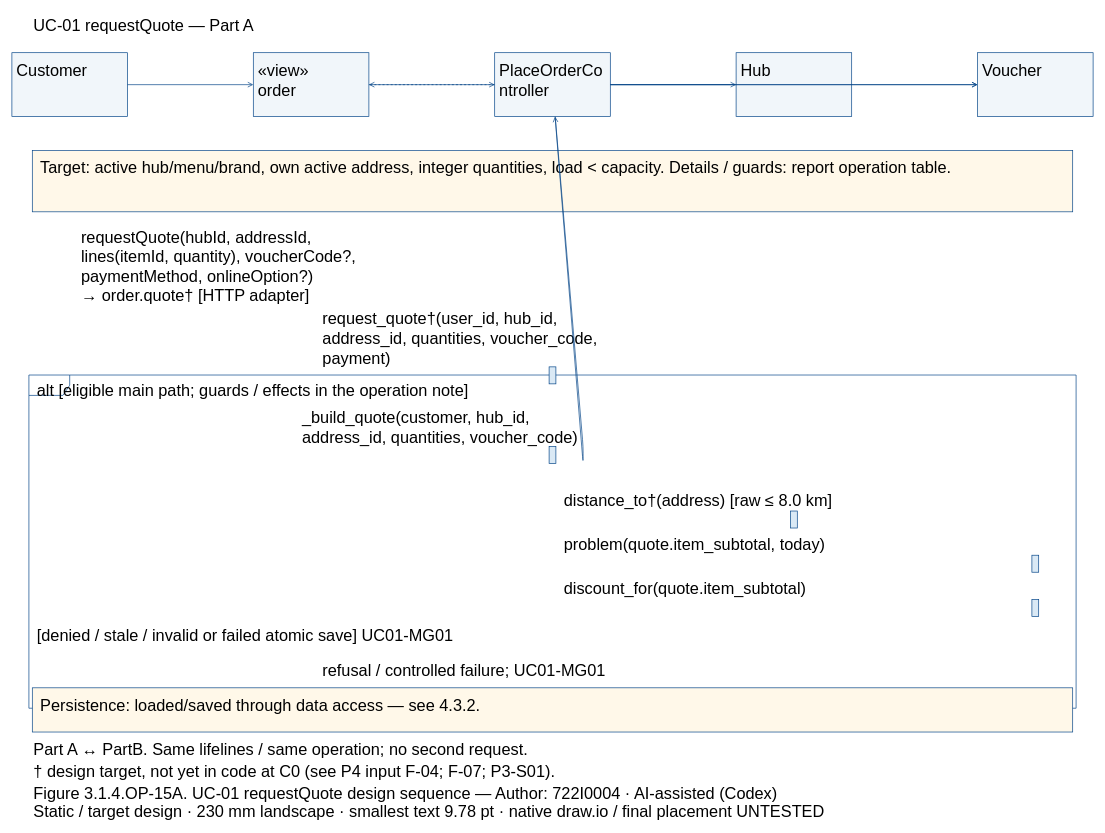
The draw.io diagram models/UC-01/seq_uc01_requestQuote_PartA.drawio in Dat071104/SaigonBite, before the edit. Source tidied: cells renumbered, new cells numbered last; positions are measured from the earlier drawing's top-left corner, leaving out a move shared by most shapes. Both pictures are drawn from the tidied source at 68%, with x=0, y=0 at pixel (12, 12).
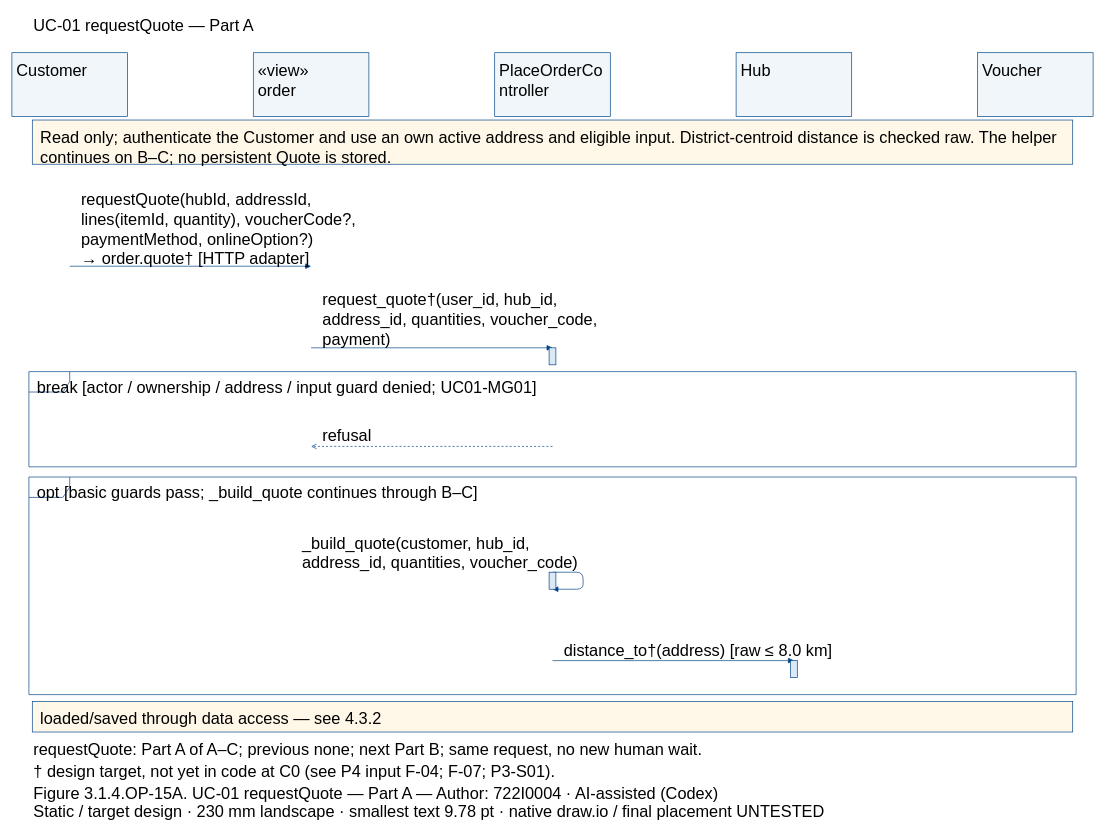
The same diagram, later.

Unchanged cells that the change refers to:
```xml
<mxCell id="3" style="fillColor=#F1F6FA;strokeColor=#004387;fontFamily=Arial;fontSize=24;whiteSpace=wrap;html=0;" parent="1" vertex="1">
  <mxGeometry y="60" width="170" height="94" as="geometry" />
</mxCell>
<mxCell id="5" style="fillColor=#F1F6FA;strokeColor=#004387;fontFamily=Arial;fontSize=24;whiteSpace=wrap;html=0;" parent="1" vertex="1">
  <mxGeometry x="355" y="60" width="170" height="94" as="geometry" />
</mxCell>
<mxCell id="7" style="fillColor=#F1F6FA;strokeColor=#004387;fontFamily=Arial;fontSize=24;whiteSpace=wrap;html=0;" parent="1" vertex="1">
  <mxGeometry x="710" y="60" width="170" height="94" as="geometry" />
</mxCell>
<mxCell id="9" style="fillColor=#F1F6FA;strokeColor=#004387;fontFamily=Arial;fontSize=24;whiteSpace=wrap;html=0;" parent="1" vertex="1">
  <mxGeometry x="1065" y="60" width="170" height="94" as="geometry" />
</mxCell>
<mxCell id="11" style="fillColor=#F1F6FA;strokeColor=#004387;fontFamily=Arial;fontSize=24;whiteSpace=wrap;html=0;" parent="1" vertex="1">
  <mxGeometry x="1420" y="60" width="170" height="94" as="geometry" />
</mxCell>
```

The edit, as a diff of the source:
```diff
@@
-    <mxCell id="13" style="fillColor=white;strokeColor=#004387;shape=umlFrame;fillColor=none;fontFamily=Arial;fontSize=24;whiteSpace=wrap;html=0;" parent="1" vertex="1">
-      <mxGeometry x="25" y="534" width="1540" height="490" as="geometry" />
-    </mxCell>
-    <mxCell id="14" value="alt [eligible main path; guards / effects in the operation note]" style="text;align=left;verticalAlign=top;strokeColor=none;fillColor=none;fontFamily=Arial;fontSize=24;whiteSpace=wrap;html=0;" parent="1" vertex="1">
-      <mxGeometry x="35" y="537" width="1520" height="27.6" as="geometry" />
-    </mxCell>
-    <mxCell id="15" value="[denied / stale / invalid or failed atomic save] UC01-MG01" style="text;align=left;verticalAlign=top;strokeColor=none;fillColor=none;fontFamily=Arial;fontSize=24;whiteSpace=wrap;html=0;" parent="1" vertex="1">
-      <mxGeometry x="35" y="897" width="1520" height="27.6" as="geometry" />
-    </mxCell>
-    <mxCell id="16" style="fillColor=#FFF8E9;strokeColor=#004387;fontFamily=Arial;fontSize=24;whiteSpace=wrap;html=0;" parent="1" vertex="1">
-      <mxGeometry x="30" y="204" width="1530" height="90" as="geometry" />
-    </mxCell>
-    <mxCell id="17" value="Target: active hub/menu/brand, own active address, integer quantities, load &lt; capacity. Details / guards: report operation table." style="text;align=left;verticalAlign=top;strokeColor=none;fillColor=none;fontFamily=Arial;fontSize=24;whiteSpace=wrap;html=0;" parent="1" vertex="1">
-      <mxGeometry x="40" y="209" width="1510" height="27.6" as="geometry" />
-    </mxCell>
-    <mxCell id="18" style="fillColor=#FFF8E9;strokeColor=#004387;fontFamily=Arial;fontSize=24;whiteSpace=wrap;html=0;" parent="1" vertex="1">
-      <mxGeometry x="30" y="994" width="1530" height="65" as="geometry" />
-    </mxCell>
-    <mxCell id="19" value="Persistence: loaded/saved through data access — see 4.3.2." style="text;align=left;verticalAlign=top;strokeColor=none;fillColor=none;fontFamily=Arial;fontSize=24;whiteSpace=wrap;html=0;" parent="1" vertex="1">
-      <mxGeometry x="40" y="999" width="1510" height="27.6" as="geometry" />
-    </mxCell>
-    <mxCell id="20" style="edgeStyle=none;endArrow=open;strokeColor=#004387;" parent="1" edge="1" source="3" target="5">
-      <mxGeometry relative="1" as="geometry" />
-    </mxCell>
+    <mxCell id="43" style="fillColor=white;strokeColor=#004387;shape=umlFrame;fillColor=none;fontFamily=Arial;fontSize=24;whiteSpace=wrap;html=0;" parent="1" vertex="1">
+      <mxGeometry x="25" y="529" width="1540" height="140" as="geometry" />
+    </mxCell>
+    <mxCell id="44" value="break [actor / ownership / address / input guard denied; UC01-MG01]" style="text;align=left;verticalAlign=top;strokeColor=none;fillColor=none;fontFamily=Arial;fontSize=24;whiteSpace=wrap;html=0;" parent="1" vertex="1">
+      <mxGeometry x="35" y="532" width="1520" height="27.6" as="geometry" />
+    </mxCell>
+    <mxCell id="45" style="fillColor=white;strokeColor=#004387;shape=umlFrame;fillColor=none;fontFamily=Arial;fontSize=24;whiteSpace=wrap;html=0;" parent="1" vertex="1">
+      <mxGeometry x="25" y="684" width="1540" height="320" as="geometry" />
+    </mxCell>
+    <mxCell id="46" value="opt [basic guards pass; _build_quote continues through B–C]" style="text;align=left;verticalAlign=top;strokeColor=none;fillColor=none;fontFamily=Arial;fontSize=24;whiteSpace=wrap;html=0;" parent="1" vertex="1">
+      <mxGeometry x="35" y="687" width="1520" height="27.6" as="geometry" />
+    </mxCell>
+    <mxCell id="47" style="fillColor=#FFF8E9;strokeColor=#004387;fontFamily=Arial;fontSize=24;whiteSpace=wrap;html=0;" parent="1" vertex="1">
+      <mxGeometry x="30" y="159" width="1530" height="65" as="geometry" />
+    </mxCell>
+    <mxCell id="48" value="Read only; authenticate the Customer and use an own active address and eligible input. District-centroid distance is checked raw. The helper&#10;continues on B–C; no persistent Quote is stored." style="text;align=left;verticalAlign=top;strokeColor=none;fillColor=none;fontFamily=Arial;fontSize=24;whiteSpace=wrap;html=0;" parent="1" vertex="1">
+      <mxGeometry x="40" y="164" width="1510" height="55.2" as="geometry" />
+    </mxCell>
+    <mxCell id="49" style="fillColor=#FFF8E9;strokeColor=#004387;fontFamily=Arial;fontSize=24;whiteSpace=wrap;html=0;" parent="1" vertex="1">
+      <mxGeometry x="30" y="1014" width="1530" height="45" as="geometry" />
+    </mxCell>
+    <mxCell id="50" value="loaded/saved through data access — see 4.3.2" style="text;align=left;verticalAlign=top;strokeColor=none;fillColor=none;fontFamily=Arial;fontSize=24;whiteSpace=wrap;html=0;" parent="1" vertex="1">
+      <mxGeometry x="40" y="1019" width="1510" height="27.6" as="geometry" />
+    </mxCell>
+    <mxCell id="51" style="opacity=0;strokeColor=none;fillColor=none;fontFamily=Arial;fontSize=24;whiteSpace=wrap;html=0;" parent="1" vertex="1">
+      <mxGeometry x="84.5" y="373.5" width="1" height="1" as="geometry" />
+    </mxCell>
+    <mxCell id="52" style="opacity=0;strokeColor=none;fillColor=none;fontFamily=Arial;fontSize=24;whiteSpace=wrap;html=0;" parent="1" vertex="1">
+      <mxGeometry x="439.5" y="373.5" width="1" height="1" as="geometry" />
+    </mxCell>
+    <mxCell id="53" style="edgeStyle=none;endArrow=block;endFill=1;strokeColor=#004387;exitX=0.5;exitY=0.5;exitPerimeter=0;entryX=0.5;entryY=0.5;entryPerimeter=0;" parent="1" edge="1" source="51" target="52">
+      <mxGeometry relative="1" as="geometry" />
+    </mxCell>
     <mxCell id="21" value="requestQuote(hubId, addressId,&#10;lines(itemId, quantity), voucherCode?,&#10;paymentMethod, onlineOption?)&#10;→ order.quote† [HTTP adapter]" style="text;align=left;verticalAlign=top;strokeColor=none;fillColor=none;fontFamily=Arial;fontSize=24;whiteSpace=wrap;html=0;" parent="1" vertex="1">
-      <mxGeometry x="100" y="310.6" width="420" height="110.4" as="geometry" />
+      <mxGeometry x="100" y="255.6" width="420" height="110.4" as="geometry" />
     </mxCell>
-    <mxCell id="22" style="edgeStyle=none;endArrow=open;strokeColor=#004387;" parent="1" edge="1" source="5" target="7">
-      <mxGeometry relative="1" as="geometry" />
-    </mxCell>
+    <mxCell id="54" style="opacity=0;strokeColor=none;fillColor=none;fontFamily=Arial;fontSize=24;whiteSpace=wrap;html=0;" parent="1" vertex="1">
+      <mxGeometry x="439.5" y="493.5" width="1" height="1" as="geometry" />
+    </mxCell>
+    <mxCell id="55" style="opacity=0;strokeColor=none;fillColor=none;fontFamily=Arial;fontSize=24;whiteSpace=wrap;html=0;" parent="1" vertex="1">
+      <mxGeometry x="794.5" y="493.5" width="1" height="1" as="geometry" />
+    </mxCell>
+    <mxCell id="56" style="edgeStyle=none;endArrow=block;endFill=1;strokeColor=#004387;exitX=0.5;exitY=0.5;exitPerimeter=0;entryX=0.5;entryY=0.5;entryPerimeter=0;" parent="1" edge="1" source="54" target="55">
+      <mxGeometry relative="1" as="geometry" />
+    </mxCell>
     <mxCell id="23" value="request_quote†(user_id, hub_id,&#10;address_id, quantities, voucher_code,&#10;payment)" style="text;align=left;verticalAlign=top;strokeColor=none;fillColor=none;fontFamily=Arial;fontSize=24;whiteSpace=wrap;html=0;" parent="1" vertex="1">
-      <mxGeometry x="455" y="431.2" width="420" height="82.8" as="geometry" />
+      <mxGeometry x="455" y="403.2" width="420" height="82.8" as="geometry" />
     </mxCell>
-    <mxCell id="24" style="fillColor=#DAE9F5;strokeColor=#004387;fontFamily=Arial;fontSize=24;whiteSpace=wrap;html=0;" parent="1" vertex="1">
-      <mxGeometry x="790" y="522" width="10" height="25" as="geometry" />
-    </mxCell>
-    <mxCell id="25" style="edgeStyle=none;endArrow=open;strokeColor=#004387;" parent="1" edge="1" source="7" target="7">
-      <mxGeometry relative="1" as="geometry">
-        <Array as="points">
-          <mxPoint x="840" y="639" />
-          <mxPoint x="840" y="664" />
-        </Array>
-      </mxGeometry>
-    </mxCell>
+    <mxCell id="57" style="fillColor=#DAE9F5;strokeColor=#004387;fontFamily=Arial;fontSize=24;whiteSpace=wrap;html=0;" parent="1" vertex="1">
+      <mxGeometry x="790" y="494" width="10" height="25" as="geometry" />
+    </mxCell>
+    <mxCell id="58" style="opacity=0;strokeColor=none;fillColor=none;fontFamily=Arial;fontSize=24;whiteSpace=wrap;html=0;" parent="1" vertex="1">
+      <mxGeometry x="794.5" y="638.5" width="1" height="1" as="geometry" />
+    </mxCell>
+    <mxCell id="59" style="opacity=0;strokeColor=none;fillColor=none;fontFamily=Arial;fontSize=24;whiteSpace=wrap;html=0;" parent="1" vertex="1">
+      <mxGeometry x="439.5" y="638.5" width="1" height="1" as="geometry" />
+    </mxCell>
+    <mxCell id="60" style="edgeStyle=none;endArrow=open;endFill=0;dashed=1;strokeColor=#004387;exitX=0.5;exitY=0.5;exitPerimeter=0;entryX=0.5;entryY=0.5;entryPerimeter=0;" parent="1" edge="1" source="58" target="59">
+      <mxGeometry relative="1" as="geometry" />
+    </mxCell>
+    <mxCell id="61" value="refusal" style="text;align=left;verticalAlign=top;strokeColor=none;fillColor=none;fontFamily=Arial;fontSize=24;whiteSpace=wrap;html=0;" parent="1" vertex="1">
+      <mxGeometry x="455" y="603.4" width="420" height="27.6" as="geometry" />
+    </mxCell>
+    <mxCell id="62" style="opacity=0;strokeColor=none;fillColor=none;fontFamily=Arial;fontSize=24;whiteSpace=wrap;html=0;" parent="1" vertex="1">
+      <mxGeometry x="794.5" y="823.5" width="1" height="1" as="geometry" />
+    </mxCell>
+    <mxCell id="63" style="opacity=0;strokeColor=none;fillColor=none;fontFamily=Arial;fontSize=24;whiteSpace=wrap;html=0;" parent="1" vertex="1">
+      <mxGeometry x="794.5" y="848.5" width="1" height="1" as="geometry" />
+    </mxCell>
+    <mxCell id="64" style="edgeStyle=none;endArrow=block;endFill=1;strokeColor=#004387;exitX=0.5;exitY=0.5;exitPerimeter=0;entryX=0.5;entryY=0.5;entryPerimeter=0;" parent="1" edge="1" source="62" target="63">
+      <mxGeometry relative="1" as="geometry">
+        <Array as="points">
+          <mxPoint x="840" y="824" />
+          <mxPoint x="840" y="849" />
+        </Array>
+      </mxGeometry>
+    </mxCell>
     <mxCell id="26" value="_build_quote(customer, hub_id,&#10;address_id, quantities, voucher_code)" style="text;align=left;verticalAlign=top;strokeColor=none;fillColor=none;fontFamily=Arial;fontSize=24;whiteSpace=wrap;html=0;" parent="1" vertex="1">
-      <mxGeometry x="425" y="575.8" width="450" height="55.2" as="geometry" />
+      <mxGeometry x="425" y="760.8" width="450" height="55.2" as="geometry" />
     </mxCell>
-    <mxCell id="27" style="fillColor=#DAE9F5;strokeColor=#004387;fontFamily=Arial;fontSize=24;whiteSpace=wrap;html=0;" parent="1" vertex="1">
-      <mxGeometry x="790" y="639" width="10" height="25" as="geometry" />
-    </mxCell>
-    <mxCell id="28" style="edgeStyle=none;endArrow=open;strokeColor=#004387;" parent="1" edge="1" source="7" target="9">
-      <mxGeometry relative="1" as="geometry" />
-    </mxCell>
+    <mxCell id="30" style="fillColor=#DAE9F5;strokeColor=#004387;fontFamily=Arial;fontSize=24;whiteSpace=wrap;html=0;" parent="1" vertex="1">
+      <mxGeometry x="790" y="824" width="10" height="25" as="geometry" />
+    </mxCell>
+    <mxCell id="65" style="opacity=0;strokeColor=none;fillColor=none;fontFamily=Arial;fontSize=24;whiteSpace=wrap;html=0;" parent="1" vertex="1">
+      <mxGeometry x="794.5" y="953.5" width="1" height="1" as="geometry" />
+    </mxCell>
+    <mxCell id="66" style="opacity=0;strokeColor=none;fillColor=none;fontFamily=Arial;fontSize=24;whiteSpace=wrap;html=0;" parent="1" vertex="1">
+      <mxGeometry x="1149.5" y="953.5" width="1" height="1" as="geometry" />
+    </mxCell>
+    <mxCell id="67" style="edgeStyle=none;endArrow=block;endFill=1;strokeColor=#004387;exitX=0.5;exitY=0.5;exitPerimeter=0;entryX=0.5;entryY=0.5;entryPerimeter=0;" parent="1" edge="1" source="65" target="66">
+      <mxGeometry relative="1" as="geometry" />
+    </mxCell>
     <mxCell id="29" value="distance_to†(address) [raw ≤ 8.0 km]" style="text;align=left;verticalAlign=top;strokeColor=none;fillColor=none;fontFamily=Arial;fontSize=24;whiteSpace=wrap;html=0;" parent="1" vertex="1">
-      <mxGeometry x="810" y="698.4" width="420" height="27.6" as="geometry" />
+      <mxGeometry x="810" y="918.4" width="420" height="27.6" as="geometry" />
     </mxCell>
-    <mxCell id="30" style="fillColor=#DAE9F5;strokeColor=#004387;fontFamily=Arial;fontSize=24;whiteSpace=wrap;html=0;" parent="1" vertex="1">
-      <mxGeometry x="1145" y="734" width="10" height="25" as="geometry" />
-    </mxCell>
-    <mxCell id="31" style="edgeStyle=none;endArrow=open;strokeColor=#004387;" parent="1" edge="1" source="7" target="11">
-      <mxGeometry relative="1" as="geometry" />
-    </mxCell>
-    <mxCell id="32" value="problem(quote.item_subtotal, today)" style="text;align=left;verticalAlign=top;strokeColor=none;fillColor=none;fontFamily=Arial;fontSize=24;whiteSpace=wrap;html=0;" parent="1" vertex="1">
-      <mxGeometry x="810" y="763.4" width="680" height="27.6" as="geometry" />
-    </mxCell>
     <mxCell id="33" style="fillColor=#DAE9F5;strokeColor=#004387;fontFamily=Arial;fontSize=24;whiteSpace=wrap;html=0;" parent="1" vertex="1">
-      <mxGeometry x="1500" y="799" width="10" height="25" as="geometry" />
+      <mxGeometry x="1145" y="954" width="10" height="25" as="geometry" />
     </mxCell>
-    <mxCell id="34" style="edgeStyle=none;endArrow=open;strokeColor=#004387;" parent="1" edge="1" source="7" target="11">
-      <mxGeometry relative="1" as="geometry" />
-    </mxCell>
+    <mxCell id="68" value="requestQuote: Part A of A–C; previous none; next Part B; same request, no new human wait." style="text;align=left;verticalAlign=top;strokeColor=none;fillColor=none;fontFamily=Arial;fontSize=24;whiteSpace=wrap;html=0;" parent="1" vertex="1">
+      <mxGeometry x="30" y="1064" width="1530" height="27.6" as="geometry" />
+    </mxCell>
-    <mxCell id="35" value="discount_for(quote.item_subtotal)" style="text;align=left;verticalAlign=top;strokeColor=none;fillColor=none;fontFamily=Arial;fontSize=24;whiteSpace=wrap;html=0;" parent="1" vertex="1">
-      <mxGeometry x="810" y="828.4" width="680" height="27.6" as="geometry" />
+    <mxCell id="35" value="† design target, not yet in code at C0 (see P4 input F-04; F-07; P3-S01)." style="text;align=left;verticalAlign=top;strokeColor=none;fillColor=none;fontFamily=Arial;fontSize=24;whiteSpace=wrap;html=0;" parent="1" vertex="1">
+      <mxGeometry x="30" y="1096" width="1530" height="27.6" as="geometry" />
     </mxCell>
-    <mxCell id="36" style="fillColor=#DAE9F5;strokeColor=#004387;fontFamily=Arial;fontSize=24;whiteSpace=wrap;html=0;" parent="1" vertex="1">
-      <mxGeometry x="1500" y="864" width="10" height="25" as="geometry" />
-    </mxCell>
-    <mxCell id="37" style="edgeStyle=none;endArrow=open;dashed=1;strokeColor=#004387;" parent="1" edge="1" source="7" target="5">
-      <mxGeometry relative="1" as="geometry" />
-    </mxCell>
-    <mxCell id="38" value="refusal / controlled failure; UC01-MG01" style="text;align=left;verticalAlign=top;strokeColor=none;fillColor=none;fontFamily=Arial;fontSize=24;whiteSpace=wrap;html=0;" parent="1" vertex="1">
-      <mxGeometry x="455" y="948.4" width="420" height="27.6" as="geometry" />
-    </mxCell>
-    <mxCell id="39" value="Part A ↔ PartB. Same lifelines / same operation; no second request." style="text;align=left;verticalAlign=top;strokeColor=none;fillColor=none;fontFamily=Arial;fontSize=24;whiteSpace=wrap;html=0;" parent="1" vertex="1">
-      <mxGeometry x="30" y="1064" width="1530" height="27.6" as="geometry" />
-    </mxCell>
-    <mxCell id="40" value="† design target, not yet in code at C0 (see P4 input F-04; F-07; P3-S01)." style="text;align=left;verticalAlign=top;strokeColor=none;fillColor=none;fontFamily=Arial;fontSize=24;whiteSpace=wrap;html=0;" parent="1" vertex="1">
-      <mxGeometry x="30" y="1096" width="1530" height="27.6" as="geometry" />
-    </mxCell>
-    <mxCell id="41" value="Figure 3.1.4.OP-15A. UC-01 requestQuote design sequence — Author: 722I0004 · AI-assisted (Codex)" style="text;align=left;verticalAlign=top;strokeColor=none;fillColor=none;fontFamily=Arial;fontSize=24;whiteSpace=wrap;html=0;" parent="1" vertex="1">
-      <mxGeometry x="30" y="1129" width="1530" height="27.6" as="geometry" />
-    </mxCell>
+    <mxCell id="69" value="Figure 3.1.4.OP-15A. UC-01 requestQuote — Part A — Author: 722I0004 · AI-assisted (Codex)" style="text;align=left;verticalAlign=top;strokeColor=none;fillColor=none;fontFamily=Arial;fontSize=24;whiteSpace=wrap;html=0;" parent="1" vertex="1">
+      <mxGeometry x="30" y="1129" width="1530" height="27.6" as="geometry" />
+    </mxCell>
```
